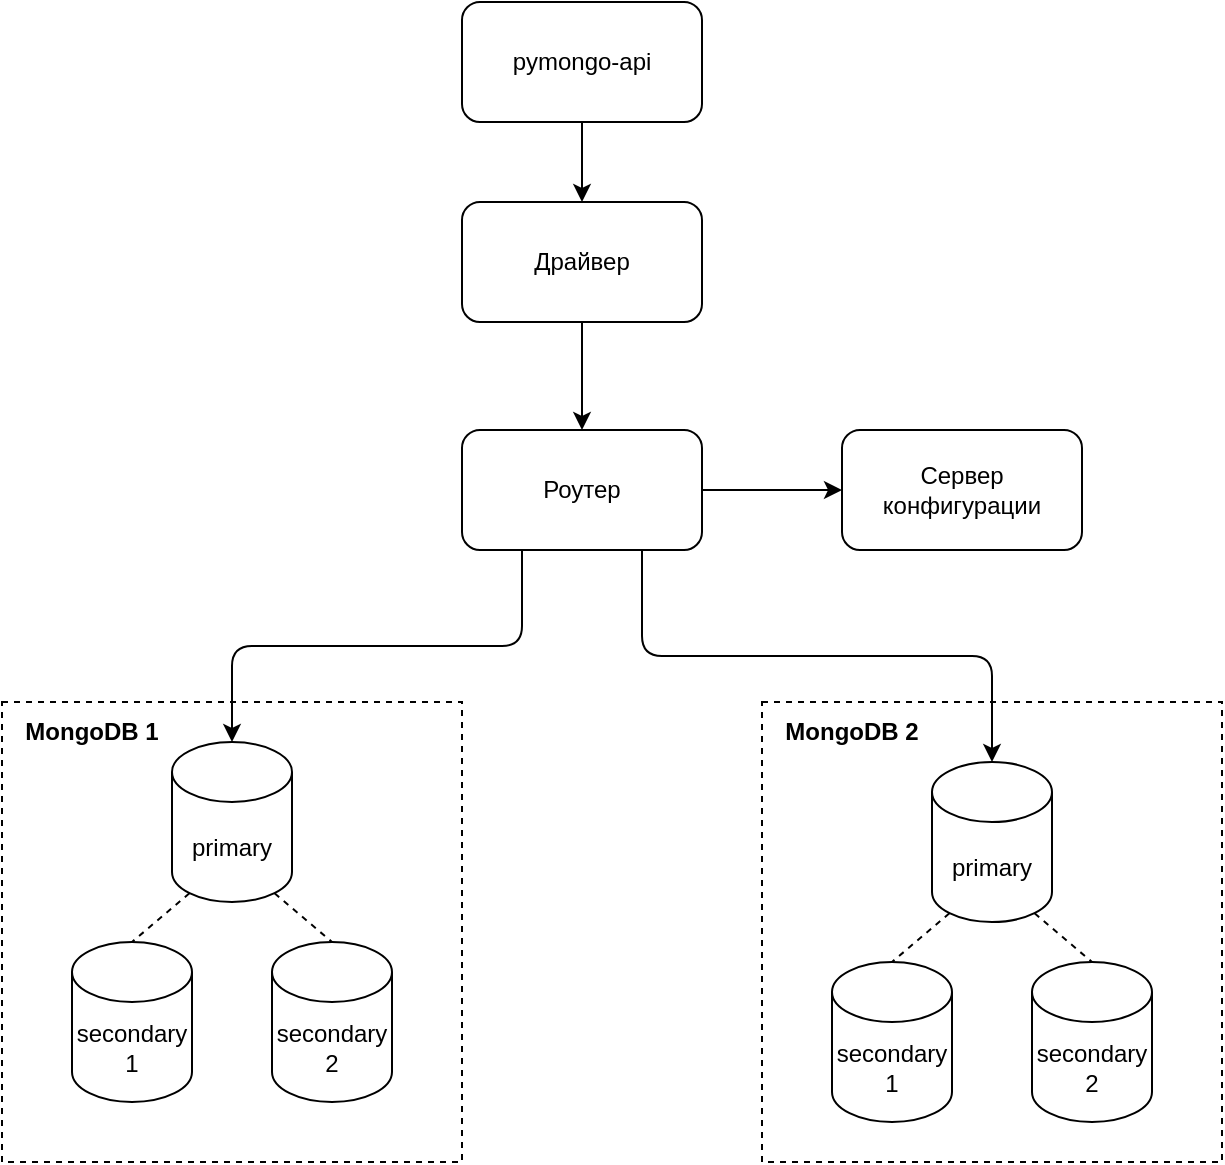
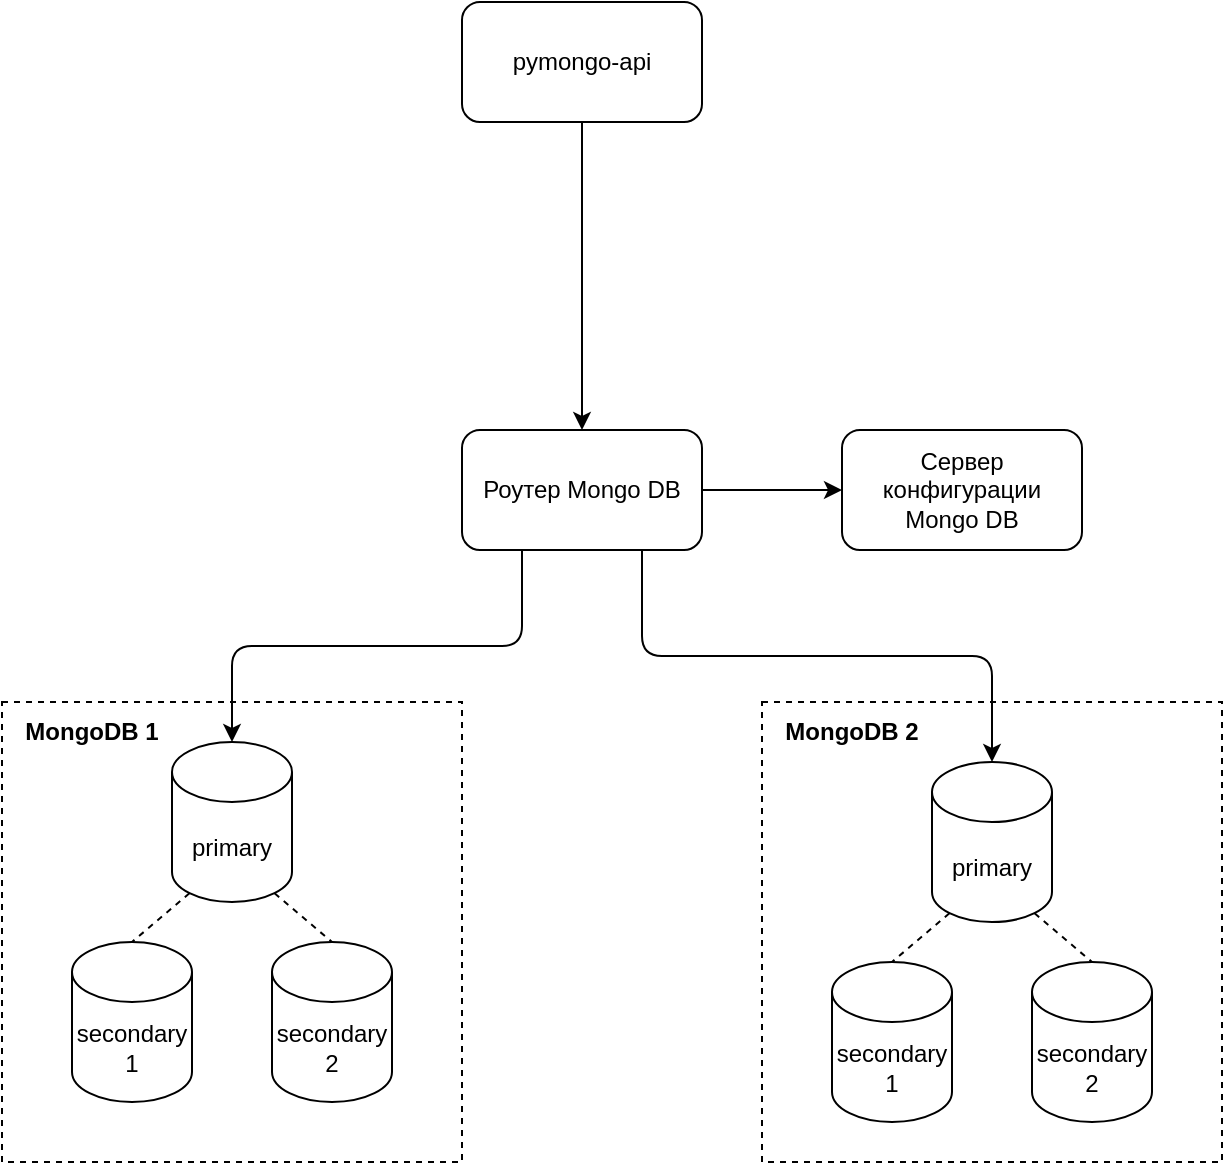
<mxfile host="65bd71144e">
    <diagram name="Page-1" id="-H_mtQnk-PTXWXPvYvuk">
-         <mxGraphModel dx="914" dy="835" grid="1" gridSize="10" guides="1" tooltips="1" connect="1" arrows="1" fold="1" page="1" pageScale="1" pageWidth="1169" pageHeight="827" math="0" shadow="0">
+         <mxGraphModel dx="914" dy="1148" grid="1" gridSize="10" guides="1" tooltips="1" connect="1" arrows="1" fold="1" page="1" pageScale="1" pageWidth="1169" pageHeight="827" math="0" shadow="0">
            <root>
                <mxCell id="0"/>
                <mxCell id="1" parent="0"/>
-                 <mxCell id="10" style="edgeStyle=orthogonalEdgeStyle;html=1;entryX=0.5;entryY=0;entryDx=0;entryDy=0;" parent="1" source="zA23MoTUsTF4_91t8viU-3" target="2" edge="1">
-                     <mxGeometry relative="1" as="geometry"/>
+                 <mxCell id="10" style="edgeStyle=orthogonalEdgeStyle;html=1;entryX=0.5;entryY=0;entryDx=0;entryDy=0;" parent="1" source="zA23MoTUsTF4_91t8viU-3" target="6" edge="1">
+                     <mxGeometry relative="1" as="geometry">
+                         <mxPoint x="390" y="240" as="targetPoint"/>
+                     </mxGeometry>
                </mxCell>
                <mxCell id="zA23MoTUsTF4_91t8viU-3" value="pymongo-api" style="rounded=1;whiteSpace=wrap;html=1;" parent="1" vertex="1">
                    <mxGeometry x="330" y="140" width="120" height="60" as="geometry"/>
-                 </mxCell>
-                 <mxCell id="14" style="edgeStyle=orthogonalEdgeStyle;html=1;" parent="1" source="2" target="6" edge="1">
-                     <mxGeometry relative="1" as="geometry"/>
-                 </mxCell>
-                 <mxCell id="2" value="Драйвер" style="rounded=1;whiteSpace=wrap;html=1;" parent="1" vertex="1">
-                     <mxGeometry x="330" y="240" width="120" height="60" as="geometry"/>
                </mxCell>
                <mxCell id="18" style="edgeStyle=orthogonalEdgeStyle;html=1;exitX=0.25;exitY=1;exitDx=0;exitDy=0;entryX=0.5;entryY=0;entryDx=0;entryDy=0;entryPerimeter=0;" parent="1" source="6" target="41" edge="1">
                    <mxGeometry relative="1" as="geometry">
                        <mxPoint x="300" y="410" as="sourcePoint"/>
                        <mxPoint x="300" y="480" as="targetPoint"/>
                    </mxGeometry>
                </mxCell>
-                 <mxCell id="5" value="Сервер конфигурации" style="rounded=1;whiteSpace=wrap;html=1;" parent="1" vertex="1">
+                 <mxCell id="5" value="Сервер конфигурации Mongo DB" style="rounded=1;whiteSpace=wrap;html=1;" parent="1" vertex="1">
                    <mxGeometry x="520" y="354" width="120" height="60" as="geometry"/>
                </mxCell>
                <mxCell id="17" style="edgeStyle=orthogonalEdgeStyle;html=1;" parent="1" source="6" target="5" edge="1">
                    <mxGeometry relative="1" as="geometry"/>
                </mxCell>
                <mxCell id="19" style="edgeStyle=orthogonalEdgeStyle;html=1;exitX=0.75;exitY=1;exitDx=0;exitDy=0;entryX=0.5;entryY=0;entryDx=0;entryDy=0;entryPerimeter=0;" parent="1" source="6" target="49" edge="1">
                    <mxGeometry relative="1" as="geometry">
                        <mxPoint x="500" y="480" as="targetPoint"/>
                    </mxGeometry>
                </mxCell>
-                 <mxCell id="6" value="Роутер" style="rounded=1;whiteSpace=wrap;html=1;" parent="1" vertex="1">
+                 <mxCell id="6" value="Роутер Mongo DB" style="rounded=1;whiteSpace=wrap;html=1;" parent="1" vertex="1">
                    <mxGeometry x="330" y="354" width="120" height="60" as="geometry"/>
                </mxCell>
-                 <mxCell id="38" value="" style="rounded=0;whiteSpace=wrap;html=1;fillColor=none;dashed=1;" vertex="1" parent="1">
+                 <mxCell id="38" value="" style="rounded=0;whiteSpace=wrap;html=1;fillColor=none;dashed=1;" parent="1" vertex="1">
                    <mxGeometry x="100" y="490" width="230" height="230" as="geometry"/>
                </mxCell>
-                 <mxCell id="39" style="edgeStyle=none;html=1;exitX=0.145;exitY=1;exitDx=0;exitDy=-4.35;exitPerimeter=0;entryX=0.5;entryY=0;entryDx=0;entryDy=0;entryPerimeter=0;dashed=1;startArrow=none;startFill=0;endArrow=none;endFill=0;" edge="1" parent="1" source="41" target="42">
+                 <mxCell id="39" style="edgeStyle=none;html=1;exitX=0.145;exitY=1;exitDx=0;exitDy=-4.35;exitPerimeter=0;entryX=0.5;entryY=0;entryDx=0;entryDy=0;entryPerimeter=0;dashed=1;startArrow=none;startFill=0;endArrow=none;endFill=0;" parent="1" source="41" target="42" edge="1">
                    <mxGeometry relative="1" as="geometry"/>
                </mxCell>
-                 <mxCell id="40" style="edgeStyle=none;html=1;exitX=0.855;exitY=1;exitDx=0;exitDy=-4.35;exitPerimeter=0;entryX=0.5;entryY=0;entryDx=0;entryDy=0;entryPerimeter=0;dashed=1;startArrow=none;startFill=0;endArrow=none;endFill=0;" edge="1" parent="1" source="41" target="43">
+                 <mxCell id="40" style="edgeStyle=none;html=1;exitX=0.855;exitY=1;exitDx=0;exitDy=-4.35;exitPerimeter=0;entryX=0.5;entryY=0;entryDx=0;entryDy=0;entryPerimeter=0;dashed=1;startArrow=none;startFill=0;endArrow=none;endFill=0;" parent="1" source="41" target="43" edge="1">
                    <mxGeometry relative="1" as="geometry"/>
                </mxCell>
-                 <mxCell id="41" value="primary" style="shape=cylinder3;whiteSpace=wrap;html=1;boundedLbl=1;backgroundOutline=1;size=15;" vertex="1" parent="1">
+                 <mxCell id="41" value="primary" style="shape=cylinder3;whiteSpace=wrap;html=1;boundedLbl=1;backgroundOutline=1;size=15;" parent="1" vertex="1">
                    <mxGeometry x="185" y="510" width="60" height="80" as="geometry"/>
                </mxCell>
-                 <mxCell id="42" value="secondary 1" style="shape=cylinder3;whiteSpace=wrap;html=1;boundedLbl=1;backgroundOutline=1;size=15;" vertex="1" parent="1">
+                 <mxCell id="42" value="secondary 1" style="shape=cylinder3;whiteSpace=wrap;html=1;boundedLbl=1;backgroundOutline=1;size=15;" parent="1" vertex="1">
                    <mxGeometry x="135" y="610" width="60" height="80" as="geometry"/>
                </mxCell>
-                 <mxCell id="43" value="secondary 2" style="shape=cylinder3;whiteSpace=wrap;html=1;boundedLbl=1;backgroundOutline=1;size=15;" vertex="1" parent="1">
+                 <mxCell id="43" value="secondary 2" style="shape=cylinder3;whiteSpace=wrap;html=1;boundedLbl=1;backgroundOutline=1;size=15;" parent="1" vertex="1">
                    <mxGeometry x="235" y="610" width="60" height="80" as="geometry"/>
                </mxCell>
-                 <mxCell id="44" value="" style="rounded=0;whiteSpace=wrap;html=1;fillColor=none;dashed=1;" vertex="1" parent="1">
+                 <mxCell id="44" value="" style="rounded=0;whiteSpace=wrap;html=1;fillColor=none;dashed=1;" parent="1" vertex="1">
                    <mxGeometry x="480" y="490" width="230" height="230" as="geometry"/>
                </mxCell>
-                 <mxCell id="45" value="MongoDB 1" style="text;html=1;strokeColor=none;fillColor=none;align=center;verticalAlign=middle;whiteSpace=wrap;rounded=0;dashed=1;fontStyle=1" vertex="1" parent="1">
+                 <mxCell id="45" value="MongoDB 1" style="text;html=1;strokeColor=none;fillColor=none;align=center;verticalAlign=middle;whiteSpace=wrap;rounded=0;dashed=1;fontStyle=1" parent="1" vertex="1">
                    <mxGeometry x="110" y="490" width="70" height="30" as="geometry"/>
                </mxCell>
-                 <mxCell id="46" value="MongoDB 2" style="text;html=1;strokeColor=none;fillColor=none;align=center;verticalAlign=middle;whiteSpace=wrap;rounded=0;dashed=1;fontStyle=1" vertex="1" parent="1">
+                 <mxCell id="46" value="MongoDB 2" style="text;html=1;strokeColor=none;fillColor=none;align=center;verticalAlign=middle;whiteSpace=wrap;rounded=0;dashed=1;fontStyle=1" parent="1" vertex="1">
                    <mxGeometry x="490" y="490" width="70" height="30" as="geometry"/>
                </mxCell>
-                 <mxCell id="47" style="edgeStyle=none;html=1;exitX=0.145;exitY=1;exitDx=0;exitDy=-4.35;exitPerimeter=0;entryX=0.5;entryY=0;entryDx=0;entryDy=0;entryPerimeter=0;dashed=1;startArrow=none;startFill=0;endArrow=none;endFill=0;" edge="1" parent="1" source="49" target="50">
+                 <mxCell id="47" style="edgeStyle=none;html=1;exitX=0.145;exitY=1;exitDx=0;exitDy=-4.35;exitPerimeter=0;entryX=0.5;entryY=0;entryDx=0;entryDy=0;entryPerimeter=0;dashed=1;startArrow=none;startFill=0;endArrow=none;endFill=0;" parent="1" source="49" target="50" edge="1">
                    <mxGeometry relative="1" as="geometry"/>
                </mxCell>
-                 <mxCell id="48" style="edgeStyle=none;html=1;exitX=0.855;exitY=1;exitDx=0;exitDy=-4.35;exitPerimeter=0;entryX=0.5;entryY=0;entryDx=0;entryDy=0;entryPerimeter=0;dashed=1;startArrow=none;startFill=0;endArrow=none;endFill=0;" edge="1" parent="1" source="49" target="51">
+                 <mxCell id="48" style="edgeStyle=none;html=1;exitX=0.855;exitY=1;exitDx=0;exitDy=-4.35;exitPerimeter=0;entryX=0.5;entryY=0;entryDx=0;entryDy=0;entryPerimeter=0;dashed=1;startArrow=none;startFill=0;endArrow=none;endFill=0;" parent="1" source="49" target="51" edge="1">
                    <mxGeometry relative="1" as="geometry"/>
                </mxCell>
-                 <mxCell id="49" value="primary" style="shape=cylinder3;whiteSpace=wrap;html=1;boundedLbl=1;backgroundOutline=1;size=15;" vertex="1" parent="1">
+                 <mxCell id="49" value="primary" style="shape=cylinder3;whiteSpace=wrap;html=1;boundedLbl=1;backgroundOutline=1;size=15;" parent="1" vertex="1">
                    <mxGeometry x="565" y="520" width="60" height="80" as="geometry"/>
                </mxCell>
-                 <mxCell id="50" value="secondary 1" style="shape=cylinder3;whiteSpace=wrap;html=1;boundedLbl=1;backgroundOutline=1;size=15;" vertex="1" parent="1">
+                 <mxCell id="50" value="secondary 1" style="shape=cylinder3;whiteSpace=wrap;html=1;boundedLbl=1;backgroundOutline=1;size=15;" parent="1" vertex="1">
                    <mxGeometry x="515" y="620" width="60" height="80" as="geometry"/>
                </mxCell>
-                 <mxCell id="51" value="secondary 2" style="shape=cylinder3;whiteSpace=wrap;html=1;boundedLbl=1;backgroundOutline=1;size=15;" vertex="1" parent="1">
+                 <mxCell id="51" value="secondary 2" style="shape=cylinder3;whiteSpace=wrap;html=1;boundedLbl=1;backgroundOutline=1;size=15;" parent="1" vertex="1">
                    <mxGeometry x="615" y="620" width="60" height="80" as="geometry"/>
                </mxCell>
            </root>
        </mxGraphModel>
    </diagram>
</mxfile>